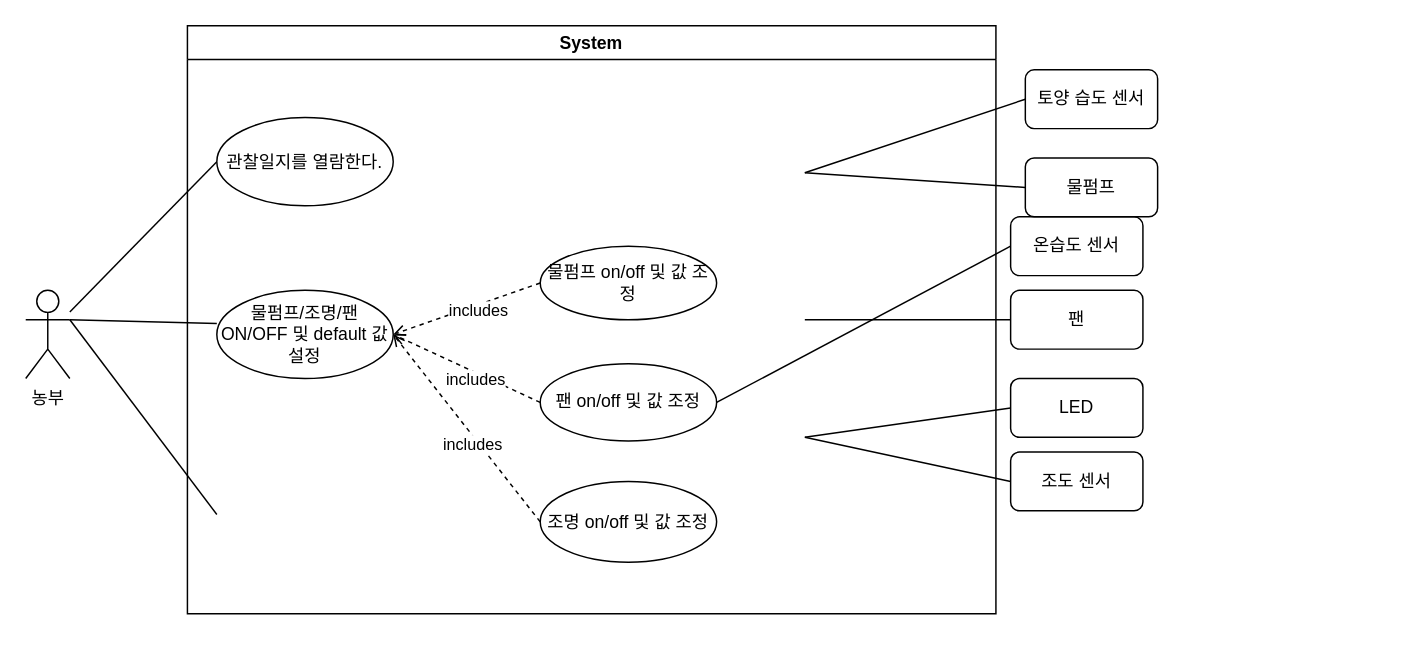
This is 4주차/유스케이스.drawio from sonmyungwon/Software-Development, a draw.io file, before an edit. Source tidied: cells renumbered, new cells numbered last; positions are measured from the earlier drawing's top-left corner, leaving out a move shared by most shapes. Both pictures are drawn from the tidied source at 147%, with x=0, y=0 at pixel (25, 25).
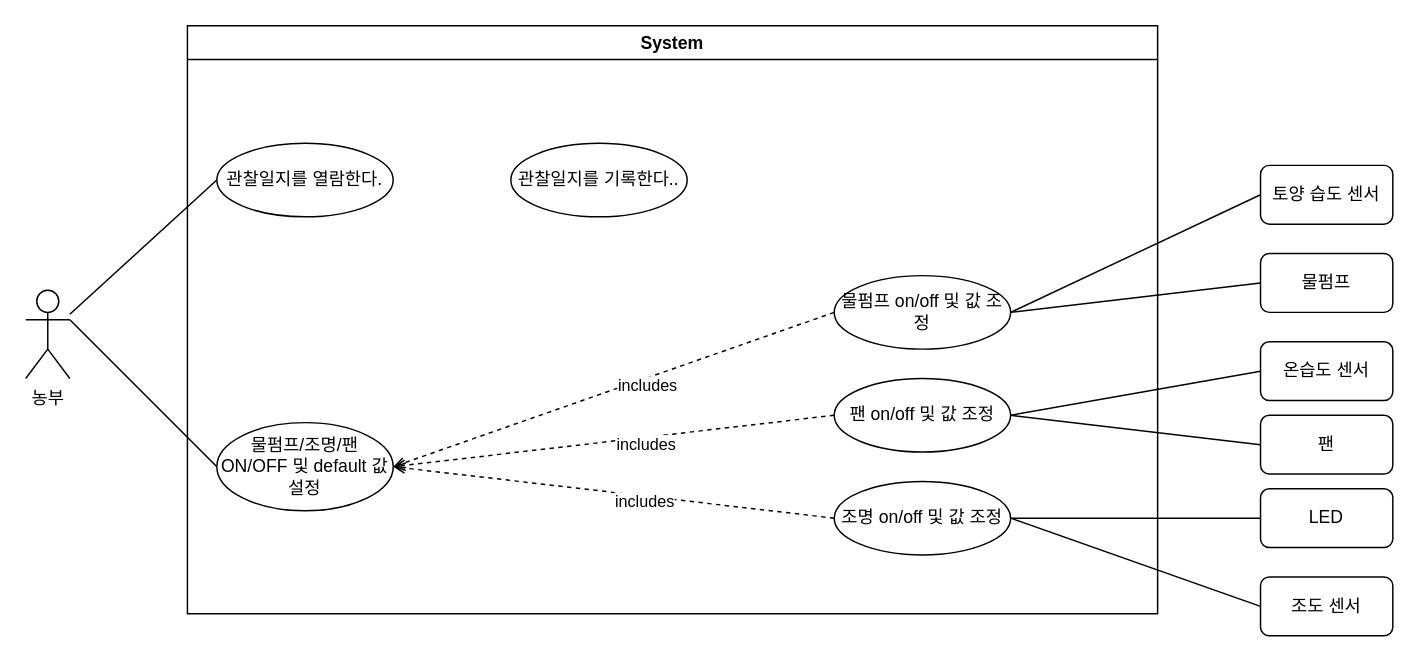
After the change.

Commit message (it also covers changes not shown here):
유스케이스.drawio 업데이트

The change refers to these unchanged cells:
```xml
<mxCell id="2" value="농부" style="shape=umlActor;verticalLabelPosition=bottom;verticalAlign=top;html=1;outlineConnect=0;" parent="1" vertex="1">
  <mxGeometry y="180" width="30" height="60" as="geometry" />
</mxCell>
```

Diff of the diagram source:
```diff
@@
     <mxCell id="3" value="온습도 센서" style="rounded=1;whiteSpace=wrap;html=1;" parent="1" vertex="1">
-      <mxGeometry x="670" y="130" width="90" height="40" as="geometry" />
+      <mxGeometry x="840" y="215" width="90" height="40" as="geometry" />
     </mxCell>
@@
-    <mxCell id="5" style="endArrow=none;html=1;rounded=0;entryX=0;entryY=0.5;entryDx=0;entryDy=0;exitX=1;exitY=0.3333333333333333;exitDx=0;exitDy=0;exitPerimeter=0;startArrow=none;startFill=0;endFill=0;" parent="1" edge="1" source="2">
-      <mxGeometry relative="1" as="geometry">
-        <mxPoint x="130" y="202.5" as="targetPoint" />
-      </mxGeometry>
+    <mxCell id="5" style="endArrow=none;html=1;rounded=0;entryX=0;entryY=0.5;entryDx=0;entryDy=0;exitX=1;exitY=0.3333333333333333;exitDx=0;exitDy=0;exitPerimeter=0;startArrow=none;startFill=0;endFill=0;" parent="1" edge="1" source="2" target="12">
+      <mxGeometry relative="1" as="geometry" />
     </mxCell>
-    <mxCell id="6" style="endArrow=none;html=1;rounded=0;entryX=0;entryY=0.5;entryDx=0;entryDy=0;exitX=1;exitY=0.3333333333333333;exitDx=0;exitDy=0;exitPerimeter=0;startArrow=none;startFill=0;endFill=0;" parent="1" edge="1" source="2">
-      <mxGeometry relative="1" as="geometry">
-        <mxPoint x="130" y="332.5" as="targetPoint" />
-      </mxGeometry>
-    </mxCell>
     <mxCell id="7" value="System" style="swimlane;" parent="1" vertex="1">
-      <mxGeometry x="110" width="550" height="400" as="geometry" />
+      <mxGeometry x="110" width="660" height="400" as="geometry" />
     </mxCell>
     <mxCell id="8" value="관찰일지를 열람한다." style="ellipse;whiteSpace=wrap;html=1;" parent="7" vertex="1">
-      <mxGeometry x="20" y="62.5" width="120" height="60" as="geometry" />
+      <mxGeometry x="20" y="80" width="120" height="50" as="geometry" />
     </mxCell>
     <mxCell id="9" value="물펌프 on/off 및 값 조정" style="ellipse;whiteSpace=wrap;html=1;" parent="7" vertex="1">
-      <mxGeometry x="240" y="150" width="120" height="50" as="geometry" />
+      <mxGeometry x="440" y="170" width="120" height="50" as="geometry" />
     </mxCell>
     <mxCell id="10" value="조명 on/off 및 값 조정" style="ellipse;whiteSpace=wrap;html=1;" parent="7" vertex="1">
-      <mxGeometry x="240" y="310" width="120" height="55" as="geometry" />
+      <mxGeometry x="440" y="310" width="120" height="50" as="geometry" />
     </mxCell>
     <mxCell id="11" value="팬 on/off 및 값 조정" style="ellipse;whiteSpace=wrap;html=1;" parent="7" vertex="1">
-      <mxGeometry x="240" y="230" width="120" height="52.5" as="geometry" />
+      <mxGeometry x="440" y="240" width="120" height="50" as="geometry" />
     </mxCell>
     <mxCell id="12" value="물펌프/조명/팬 ON/OFF 및 default 값 설정" style="ellipse;whiteSpace=wrap;html=1;" parent="7" vertex="1">
-      <mxGeometry x="20" y="180" width="120" height="60" as="geometry" />
+      <mxGeometry x="20" y="270" width="120" height="60" as="geometry" />
     </mxCell>
-    <mxCell id="13" style="endArrow=none;html=1;rounded=0;entryX=0;entryY=0.5;entryDx=0;entryDy=0;" parent="7" edge="1" target="28">
-      <mxGeometry relative="1" as="geometry">
-        <mxPoint x="420" y="100" as="sourcePoint" />
-      </mxGeometry>
-    </mxCell>
-    <mxCell id="14" style="endArrow=none;html=1;rounded=0;entryX=0;entryY=0.5;entryDx=0;entryDy=0;" parent="7" edge="1" target="26">
-      <mxGeometry relative="1" as="geometry">
-        <mxPoint x="420" y="200" as="sourcePoint" />
-      </mxGeometry>
-    </mxCell>
-    <mxCell id="15" style="endArrow=none;html=1;rounded=0;entryX=0;entryY=0.5;entryDx=0;entryDy=0;" parent="7" edge="1" target="27">
-      <mxGeometry relative="1" as="geometry">
-        <mxPoint x="420" y="280" as="sourcePoint" />
-      </mxGeometry>
-    </mxCell>
-    <mxCell id="16" style="endArrow=none;html=1;rounded=0;entryX=0;entryY=0.5;entryDx=0;entryDy=0;" parent="7" edge="1" target="24">
-      <mxGeometry relative="1" as="geometry">
-        <mxPoint x="420" y="100" as="sourcePoint" />
-      </mxGeometry>
-    </mxCell>
-    <mxCell id="17" style="endArrow=none;html=1;rounded=0;entryX=0;entryY=0.5;entryDx=0;entryDy=0;" parent="7" edge="1" target="25">
-      <mxGeometry relative="1" as="geometry">
-        <mxPoint x="420" y="280" as="sourcePoint" />
-      </mxGeometry>
-    </mxCell>
@@
+    <mxCell id="30" value="관찰일지를 기록한다.." style="ellipse;whiteSpace=wrap;html=1;" parent="7" vertex="1">
+      <mxGeometry x="220" y="80" width="120" height="50" as="geometry" />
+    </mxCell>
     <mxCell id="24" value="토양 습도 센서" style="rounded=1;whiteSpace=wrap;html=1;" parent="1" vertex="1">
-      <mxGeometry x="680" y="30" width="90" height="40" as="geometry" />
+      <mxGeometry x="840" y="95" width="90" height="40" as="geometry" />
     </mxCell>
     <mxCell id="25" value="조도 센서" style="rounded=1;whiteSpace=wrap;html=1;" parent="1" vertex="1">
-      <mxGeometry x="670" y="290" width="90" height="40" as="geometry" />
+      <mxGeometry x="840" y="375" width="90" height="40" as="geometry" />
     </mxCell>
     <mxCell id="26" value="팬" style="rounded=1;whiteSpace=wrap;html=1;" parent="1" vertex="1">
-      <mxGeometry x="670" y="180" width="90" height="40" as="geometry" />
+      <mxGeometry x="840" y="265" width="90" height="40" as="geometry" />
     </mxCell>
     <mxCell id="27" value="LED" style="rounded=1;whiteSpace=wrap;html=1;" parent="1" vertex="1">
-      <mxGeometry x="670" y="240" width="90" height="40" as="geometry" />
+      <mxGeometry x="840" y="315" width="90" height="40" as="geometry" />
     </mxCell>
     <mxCell id="28" value="물펌프" style="rounded=1;whiteSpace=wrap;html=1;" parent="1" vertex="1">
-      <mxGeometry x="680" y="90" width="90" height="40" as="geometry" />
+      <mxGeometry x="840" y="155" width="90" height="40" as="geometry" />
     </mxCell>
@@
+    <mxCell id="16" style="endArrow=none;html=1;rounded=0;entryX=0;entryY=0.5;entryDx=0;entryDy=0;exitX=1;exitY=0.5;exitDx=0;exitDy=0;" parent="1" edge="1" source="9" target="24">
+      <mxGeometry relative="1" as="geometry" />
+    </mxCell>
+    <mxCell id="13" style="endArrow=none;html=1;rounded=0;entryX=0;entryY=0.5;entryDx=0;entryDy=0;exitX=1;exitY=0.5;exitDx=0;exitDy=0;" parent="1" edge="1" source="9" target="28">
+      <mxGeometry relative="1" as="geometry" />
+    </mxCell>
+    <mxCell id="14" style="endArrow=none;html=1;rounded=0;entryX=0;entryY=0.5;entryDx=0;entryDy=0;exitX=1;exitY=0.5;exitDx=0;exitDy=0;" parent="1" edge="1" source="11" target="26">
+      <mxGeometry relative="1" as="geometry" />
+    </mxCell>
+    <mxCell id="17" style="endArrow=none;html=1;rounded=0;entryX=0;entryY=0.5;entryDx=0;entryDy=0;exitX=1;exitY=0.5;exitDx=0;exitDy=0;" parent="1" edge="1" source="10" target="25">
+      <mxGeometry relative="1" as="geometry" />
+    </mxCell>
+    <mxCell id="15" style="endArrow=none;html=1;rounded=0;entryX=0;entryY=0.5;entryDx=0;entryDy=0;exitX=1;exitY=0.5;exitDx=0;exitDy=0;" parent="1" edge="1" source="10" target="27">
+      <mxGeometry relative="1" as="geometry" />
+    </mxCell>
```
